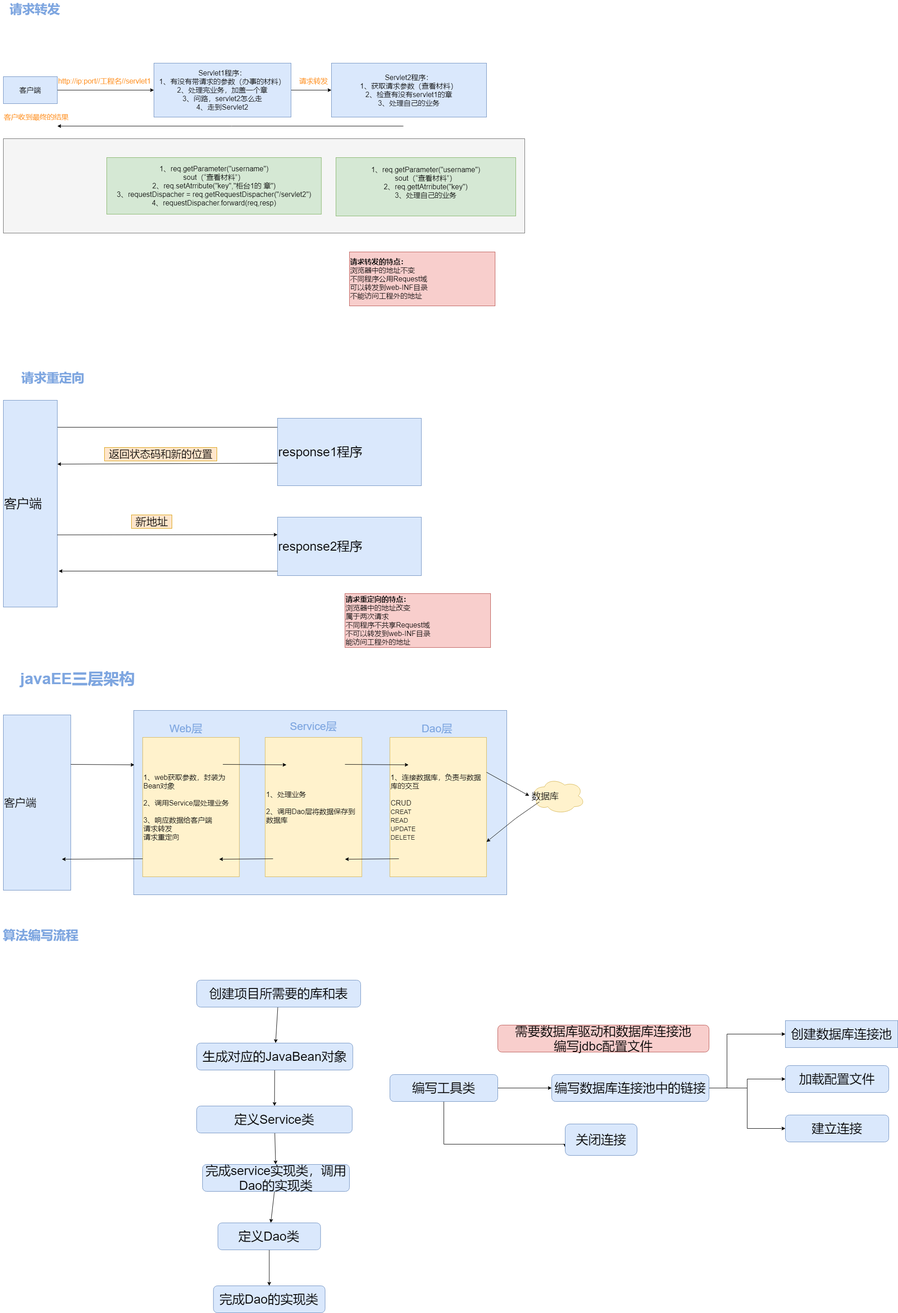
Above: web-Page-2.png in kusuzi/LearnJava (draw.io), before the change. Source tidied: cells renumbered, new cells last; positions are measured from the earlier drawing's top-left corner, leaving out a move shared by most shapes.
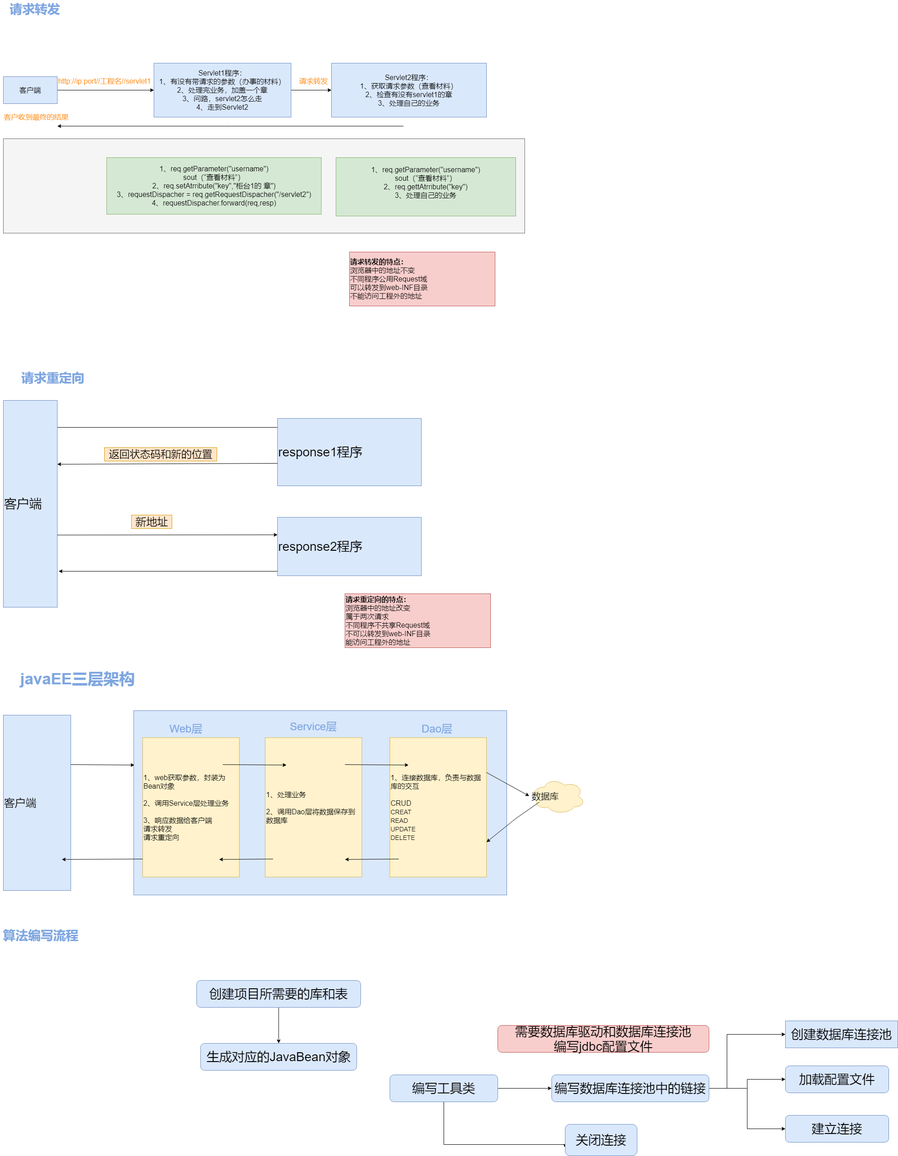
Above is the later version.

The edit, as a diff of the source:
```diff
@@ -179,33 +179,9 @@
     <mxCell id="47" value="创建项目所需要的库和表" style="rounded=1;whiteSpace=wrap;html=1;fontSize=28;align=center;fillColor=#dae8fc;strokeColor=#6c8ebf;" parent="1" vertex="1">
       <mxGeometry x="437" y="2180" width="365" height="60" as="geometry" />
     </mxCell>
-    <mxCell id="48" style="edgeStyle=none;rounded=0;jettySize=auto;html=1;fontSize=28;fontColor=#000000;align=center;" parent="1" edge="1" source="49" target="51">
-      <mxGeometry relative="1" as="geometry" />
-    </mxCell>
     <mxCell id="49" value="生成对应的JavaBean对象&lt;br&gt;" style="whiteSpace=wrap;html=1;rounded=1;fontSize=28;align=center;strokeColor=#6c8ebf;fillColor=#dae8fc;" parent="1" vertex="1">
-      <mxGeometry x="437" y="2320" width="347.5" height="60" as="geometry" />
+      <mxGeometry x="445.8" y="2320" width="347.5" height="60" as="geometry" />
     </mxCell>
-    <mxCell id="50" style="edgeStyle=none;rounded=0;jettySize=auto;html=1;fontSize=28;fontColor=#000000;align=center;" parent="1" edge="1" source="51" target="53">
-      <mxGeometry relative="1" as="geometry" />
-    </mxCell>
-    <mxCell id="51" value="定义Service类" style="whiteSpace=wrap;html=1;rounded=1;fontSize=28;align=center;strokeColor=#6c8ebf;fillColor=#dae8fc;" parent="1" vertex="1">
-      <mxGeometry x="437" y="2460" width="346.2" height="60" as="geometry" />
-    </mxCell>
-    <mxCell id="52" style="edgeStyle=none;rounded=0;jettySize=auto;html=1;fontSize=28;fontColor=#000000;align=center;" parent="1" edge="1" source="53" target="55">
-      <mxGeometry relative="1" as="geometry" />
-    </mxCell>
-    <mxCell id="53" value="完成service实现类，调用Dao的实现类" style="whiteSpace=wrap;html=1;rounded=1;fontSize=28;align=center;strokeColor=#6c8ebf;fillColor=#dae8fc;" parent="1" vertex="1">
-      <mxGeometry x="450.1" y="2590" width="326.9" height="60" as="geometry" />
-    </mxCell>
-    <mxCell id="54" style="edgeStyle=none;rounded=0;jettySize=auto;html=1;fontSize=28;fontColor=#000000;align=center;" parent="1" edge="1" source="55" target="56">
-      <mxGeometry relative="1" as="geometry" />
-    </mxCell>
-    <mxCell id="55" value="定义Dao类&lt;br&gt;" style="whiteSpace=wrap;html=1;rounded=1;fontSize=28;align=center;strokeColor=#6c8ebf;fillColor=#dae8fc;" parent="1" vertex="1">
-      <mxGeometry x="484.3" y="2720" width="228.4" height="60" as="geometry" />
-    </mxCell>
-    <mxCell id="56" value="完成Dao的实现类" style="whiteSpace=wrap;html=1;rounded=1;fontSize=28;align=center;strokeColor=#6c8ebf;fillColor=#dae8fc;" parent="1" vertex="1">
-      <mxGeometry x="474.3" y="2860" width="248.4" height="60" as="geometry" />
-    </mxCell>
     <mxCell id="57" style="edgeStyle=orthogonalEdgeStyle;rounded=0;jettySize=auto;html=1;entryX=0;entryY=0.5;entryDx=0;entryDy=0;fontSize=28;fontColor=#000000;align=center;" parent="1" edge="1" source="59" target="63">
       <mxGeometry relative="1" as="geometry" />
     </mxCell>
```
